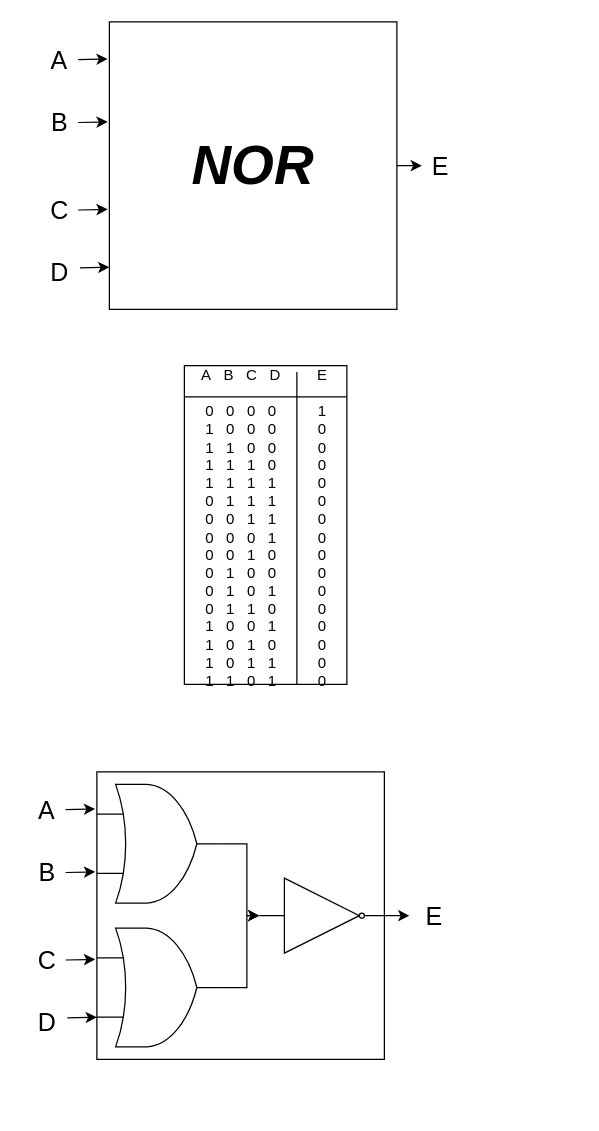
The draw.io diagram task.drawio in patrick965/CSCS1200S21, before the edit. Source tidied: cells renumbered, new cells numbered last; positions are measured from the earlier drawing's top-left corner, leaving out a move shared by most shapes. Both pictures are drawn from the tidied source at 125%, with x=0, y=0 at pixel (21, 21).
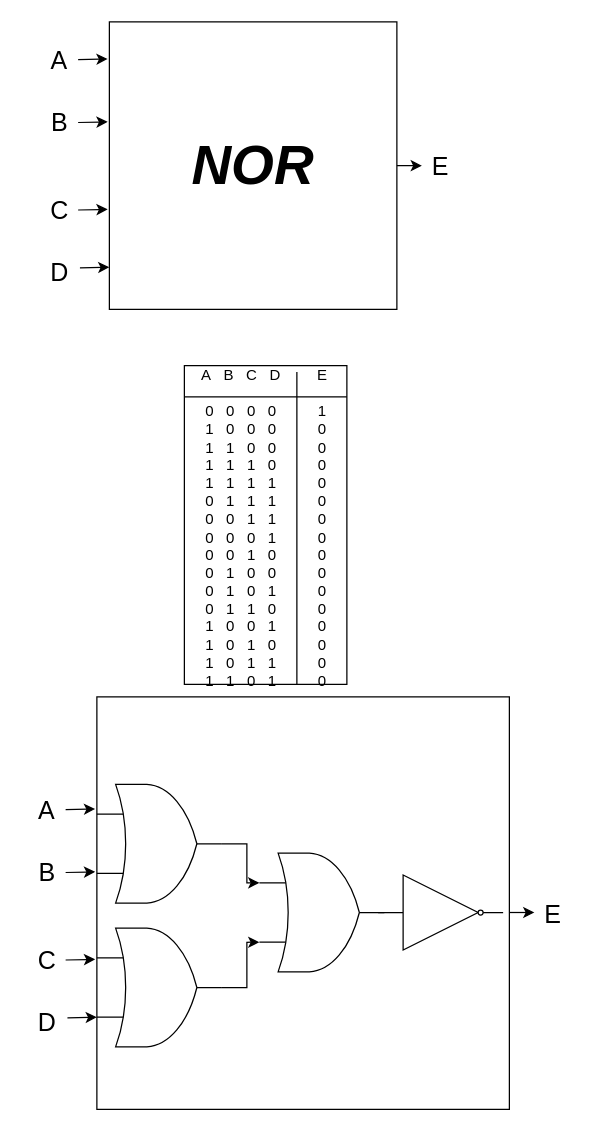
After the change.

Commit message:
Corrected mistake

Unchanged cells that the change refers to:
```xml
<mxCell id="17" style="verticalLabelPosition=bottom;shadow=0;dashed=0;align=center;html=1;verticalAlign=top;shape=mxgraph.electrical.logic_gates.logic_gate;operation=or;fillColor=#ffffff;" parent="1" vertex="1">
  <mxGeometry x="60" y="610" width="100" height="95" as="geometry" />
</mxCell>
<mxCell id="19" style="verticalLabelPosition=bottom;shadow=0;dashed=0;align=center;html=1;verticalAlign=top;shape=mxgraph.electrical.logic_gates.logic_gate;operation=or;fillColor=#ffffff;" parent="1" vertex="1">
  <mxGeometry x="60" y="725" width="100" height="95" as="geometry" />
</mxCell>
```

What changed in the source:
```diff
@@
+    <mxCell id="10" style="whiteSpace=wrap;html=1;" parent="1" vertex="1">
+      <mxGeometry x="60" y="540" width="330" height="330" as="geometry" />
+    </mxCell>
@@
-    <mxCell id="10" style="whiteSpace=wrap;html=1;" parent="1" vertex="1">
-      <mxGeometry x="60" y="600" width="230" height="230" as="geometry" />
-    </mxCell>
@@
-    <mxCell id="15" value="&lt;font style=&quot;font-size: 20px&quot;&gt;E&lt;/font&gt;" style="text;html=1;strokeColor=none;fillColor=none;align=center;verticalAlign=middle;whiteSpace=wrap;rounded=0;" parent="1" vertex="1">
-      <mxGeometry x="310" y="705" width="40" height="20" as="geometry" />
-    </mxCell>
-    <mxCell id="16" style="edgeStyle=orthogonalEdgeStyle;rounded=0;jettySize=auto;html=1;exitX=1;exitY=0.5;exitDx=0;exitDy=0;exitPerimeter=0;entryX=0;entryY=0.5;entryDx=0;entryDy=0;" parent="1" edge="1" source="17" target="20">
-      <mxGeometry relative="1" as="geometry" />
-    </mxCell>
+    <mxCell id="35" style="edgeStyle=orthogonalEdgeStyle;rounded=0;jettySize=auto;html=1;exitX=1;exitY=0.5;exitDx=0;exitDy=0;exitPerimeter=0;entryX=0;entryY=0.25;entryDx=0;entryDy=0;entryPerimeter=0;" parent="1" edge="1" source="17" target="37">
+      <mxGeometry relative="1" as="geometry" />
+    </mxCell>
@@
-    <mxCell id="18" style="edgeStyle=orthogonalEdgeStyle;rounded=0;jettySize=auto;html=1;exitX=1;exitY=0.5;exitDx=0;exitDy=0;exitPerimeter=0;entryX=0;entryY=0.5;entryDx=0;entryDy=0;" parent="1" edge="1" source="19" target="20">
-      <mxGeometry relative="1" as="geometry" />
-    </mxCell>
+    <mxCell id="36" style="edgeStyle=orthogonalEdgeStyle;rounded=0;jettySize=auto;html=1;exitX=1;exitY=0.5;exitDx=0;exitDy=0;exitPerimeter=0;entryX=0;entryY=0.75;entryDx=0;entryDy=0;entryPerimeter=0;" parent="1" edge="1" source="19" target="37">
+      <mxGeometry relative="1" as="geometry" />
+    </mxCell>
@@
-    <mxCell id="20" style="verticalLabelPosition=bottom;shadow=0;dashed=0;align=center;html=1;verticalAlign=top;shape=mxgraph.electrical.logic_gates.buffer2;negating=1;fillColor=#ffffff;" parent="1" vertex="1">
-      <mxGeometry x="190" y="685" width="100" height="60" as="geometry" />
-    </mxCell>
@@
-    <mxCell id="33" style="endArrow=classic;html=1;exitX=1;exitY=0.5;exitDx=0;exitDy=0;" parent="1" edge="1" source="10" target="15">
-      <mxGeometry relative="1" as="geometry" />
-    </mxCell>
@@
+    <mxCell id="37" style="verticalLabelPosition=bottom;shadow=0;dashed=0;align=center;html=1;verticalAlign=top;shape=mxgraph.electrical.logic_gates.logic_gate;operation=or;fillColor=#ffffff;" parent="1" vertex="1">
+      <mxGeometry x="190" y="665" width="100" height="95" as="geometry" />
+    </mxCell>
+    <mxCell id="38" style="verticalLabelPosition=bottom;shadow=0;dashed=0;align=center;html=1;verticalAlign=top;shape=mxgraph.electrical.logic_gates.buffer2;negating=1;fillColor=#ffffff;" parent="1" vertex="1">
+      <mxGeometry x="285" y="682.5" width="100" height="60" as="geometry" />
+    </mxCell>
+    <mxCell id="15" value="&lt;font style=&quot;font-size: 20px&quot;&gt;E&lt;/font&gt;" style="text;html=1;strokeColor=none;fillColor=none;align=center;verticalAlign=middle;whiteSpace=wrap;rounded=0;" parent="1" vertex="1">
+      <mxGeometry x="405" y="702.5" width="40" height="20" as="geometry" />
+    </mxCell>
+    <mxCell id="39" style="endArrow=classic;html=1;exitX=1;exitY=0.5;exitDx=0;exitDy=0;" parent="1" edge="1">
+      <mxGeometry relative="1" as="geometry">
+        <mxPoint x="390" y="712.5" as="sourcePoint" />
+        <mxPoint x="410" y="712.5" as="targetPoint" />
+      </mxGeometry>
+    </mxCell>
```
